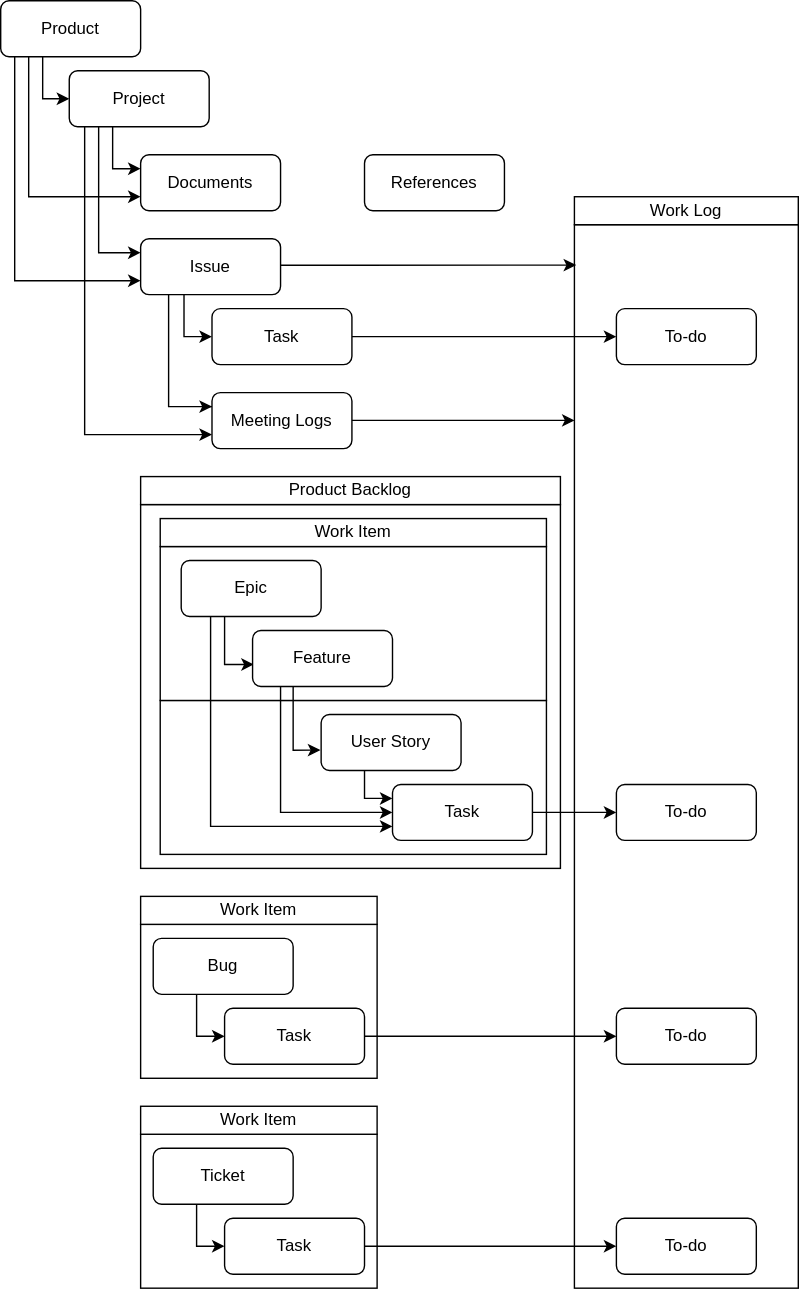
Earlier version of the draw.io export assets/.draw.io/references/notion-usages.svg (jiholee-ntwglobal/jiholee-ntwglobal.github.io). Source tidied: cells renumbered, new cells last; positions are measured from the earlier drawing's top-left corner, leaving out a move shared by most shapes.
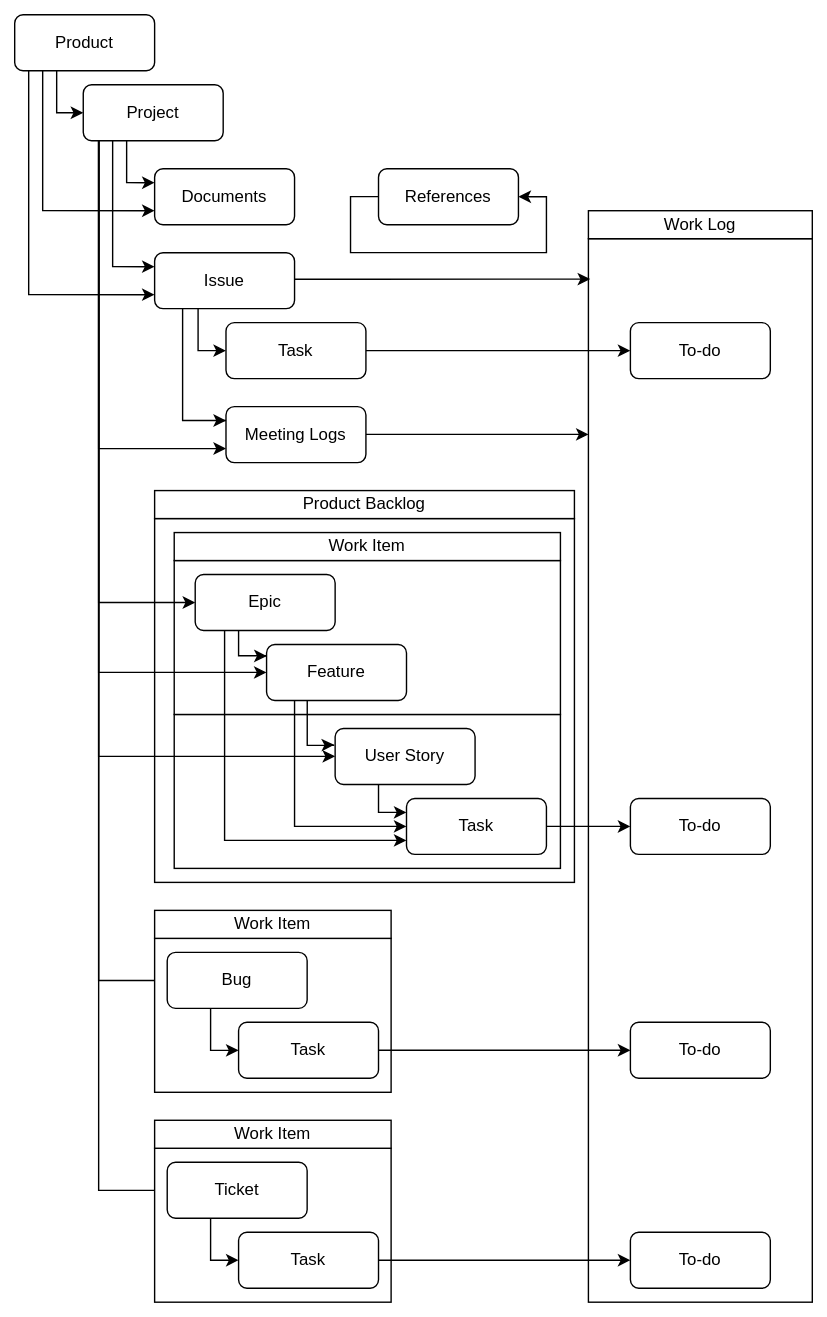
The same file after the commit.

The edit, as a diff of the source:
```diff
@@ -2,6 +2,9 @@
   <root>
     <mxCell id="0" />
     <mxCell id="1" parent="0" />
+    <mxCell id="53" style="rounded=0;whiteSpace=wrap;html=1;strokeColor=none;" parent="1" vertex="1">
+      <mxGeometry x="-10" y="-10" width="590" height="940" as="geometry" />
+    </mxCell>
     <mxCell id="2" style="rounded=0;whiteSpace=wrap;html=1;" parent="1" vertex="1">
       <mxGeometry x="100" y="360" width="300" height="260" as="geometry" />
     </mxCell>
@@ -66,6 +69,41 @@
         </Array>
       </mxGeometry>
     </mxCell>
+    <mxCell id="54" style="edgeStyle=orthogonalEdgeStyle;rounded=0;jettySize=auto;html=1;entryX=0;entryY=0.5;entryDx=0;entryDy=0;" parent="1" edge="1" source="15" target="23">
+      <mxGeometry relative="1" as="geometry">
+        <Array as="points">
+          <mxPoint x="60" y="420" />
+        </Array>
+      </mxGeometry>
+    </mxCell>
+    <mxCell id="55" style="edgeStyle=orthogonalEdgeStyle;rounded=0;jettySize=auto;html=1;" parent="1" edge="1" source="15" target="26">
+      <mxGeometry relative="1" as="geometry">
+        <Array as="points">
+          <mxPoint x="60" y="470" />
+        </Array>
+      </mxGeometry>
+    </mxCell>
+    <mxCell id="56" style="edgeStyle=orthogonalEdgeStyle;rounded=0;jettySize=auto;html=1;" parent="1" edge="1" source="15" target="19">
+      <mxGeometry relative="1" as="geometry">
+        <Array as="points">
+          <mxPoint x="60" y="530" />
+        </Array>
+      </mxGeometry>
+    </mxCell>
+    <mxCell id="57" style="edgeStyle=orthogonalEdgeStyle;rounded=0;jettySize=auto;html=1;" parent="1" edge="1" source="15" target="32">
+      <mxGeometry relative="1" as="geometry">
+        <Array as="points">
+          <mxPoint x="60" y="690" />
+        </Array>
+      </mxGeometry>
+    </mxCell>
+    <mxCell id="58" style="edgeStyle=orthogonalEdgeStyle;rounded=0;jettySize=auto;html=1;" parent="1" edge="1" source="15" target="38">
+      <mxGeometry relative="1" as="geometry">
+        <Array as="points">
+          <mxPoint x="60" y="840" />
+        </Array>
+      </mxGeometry>
+    </mxCell>
     <mxCell id="15" value="Project" style="rounded=1;whiteSpace=wrap;html=1;fontSize=12;glass=0;strokeWidth=1;shadow=0;" parent="1" vertex="1">
       <mxGeometry x="49" y="50" width="100" height="40" as="geometry" />
     </mxCell>
@@ -88,10 +126,11 @@
     <mxCell id="20" value="Work Item" style="rounded=0;whiteSpace=wrap;html=1;" parent="1" vertex="1">
       <mxGeometry x="114" y="370" width="276" height="20" as="geometry" />
     </mxCell>
-    <mxCell id="21" style="edgeStyle=orthogonalEdgeStyle;rounded=0;jettySize=auto;html=1;entryX=0.009;entryY=0.607;entryDx=0;entryDy=0;entryPerimeter=0;" parent="1" edge="1" source="23" target="26">
+    <mxCell id="21" style="edgeStyle=orthogonalEdgeStyle;rounded=0;jettySize=auto;html=1;entryX=0.001;entryY=0.206;entryDx=0;entryDy=0;entryPerimeter=0;" parent="1" edge="1" source="23" target="26">
       <mxGeometry relative="1" as="geometry">
         <Array as="points">
-          <mxPoint x="160" y="474" />
+          <mxPoint x="160" y="458" />
+          <mxPoint x="180" y="458" />
         </Array>
       </mxGeometry>
     </mxCell>
@@ -106,10 +145,11 @@
     <mxCell id="23" value="Epic" style="rounded=1;whiteSpace=wrap;html=1;fontSize=12;glass=0;strokeWidth=1;shadow=0;" parent="1" vertex="1">
       <mxGeometry x="129" y="400" width="100" height="40" as="geometry" />
     </mxCell>
-    <mxCell id="24" style="edgeStyle=orthogonalEdgeStyle;rounded=0;jettySize=auto;html=1;entryX=-0.005;entryY=0.637;entryDx=0;entryDy=0;entryPerimeter=0;" parent="1" edge="1" source="26" target="19">
+    <mxCell id="24" style="edgeStyle=orthogonalEdgeStyle;rounded=0;jettySize=auto;html=1;entryX=-0.007;entryY=0.293;entryDx=0;entryDy=0;entryPerimeter=0;" parent="1" edge="1" source="26" target="19">
       <mxGeometry relative="1" as="geometry">
         <Array as="points">
-          <mxPoint x="209" y="536" />
+          <mxPoint x="209" y="522" />
+          <mxPoint x="228" y="522" />
         </Array>
       </mxGeometry>
     </mxCell>
@@ -228,5 +268,15 @@
         </Array>
       </mxGeometry>
     </mxCell>
+    <mxCell id="59" style="edgeStyle=orthogonalEdgeStyle;rounded=0;orthogonalLoop=1;jettySize=auto;html=1;entryX=1;entryY=0.5;entryDx=0;entryDy=0;" parent="1" edge="1" source="49" target="49">
+      <mxGeometry relative="1" as="geometry">
+        <Array as="points">
+          <mxPoint x="240" y="130" />
+          <mxPoint x="240" y="170" />
+          <mxPoint x="380" y="170" />
+          <mxPoint x="380" y="130" />
+        </Array>
+      </mxGeometry>
+    </mxCell>
   </root>
 </mxGraphModel>
```
